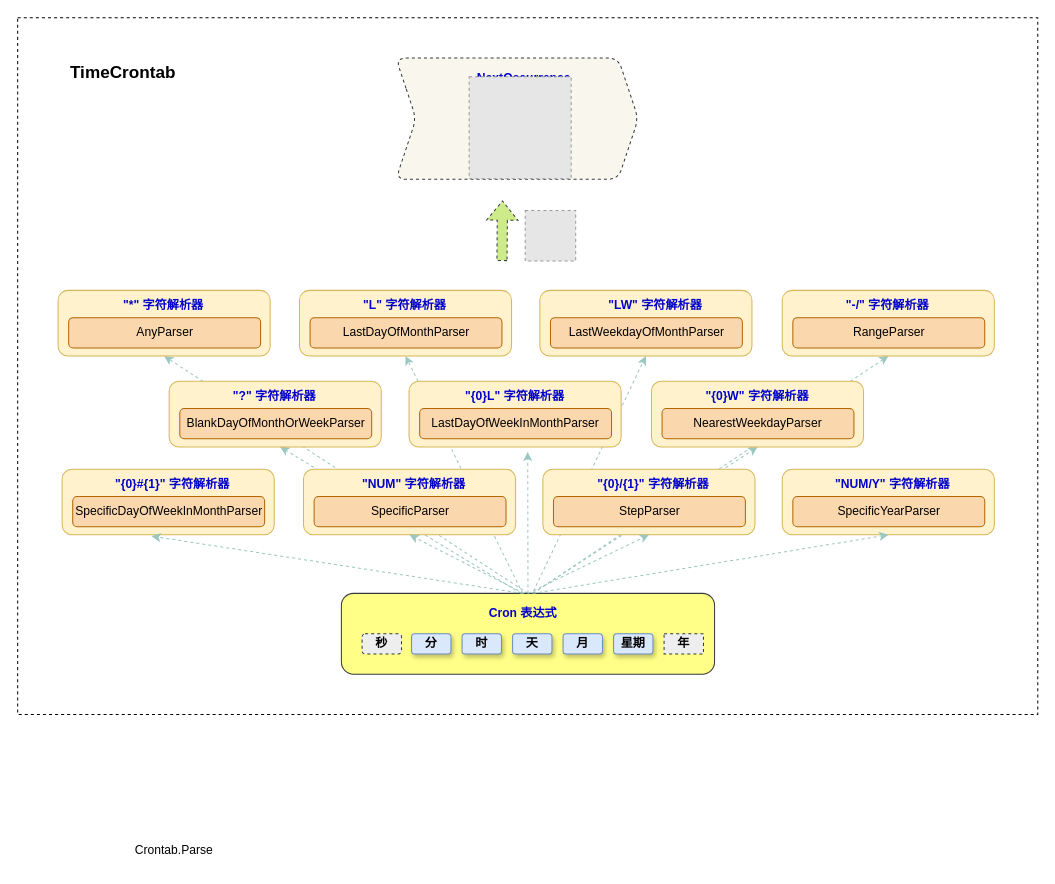
Above: drawio/TimeCrontab.drawio in MonkSoul/TimeCrontab (draw.io), before the change. Source tidied: cells renumbered, new cells numbered last; positions are measured from the earlier drawing's top-left corner, leaving out a move shared by most shapes. Both pictures are drawn from the tidied source at 101%, with x=0, y=0 at pixel (17, 17). Pictures stored in the file or linked from it are replaced by grey dashed boxes.
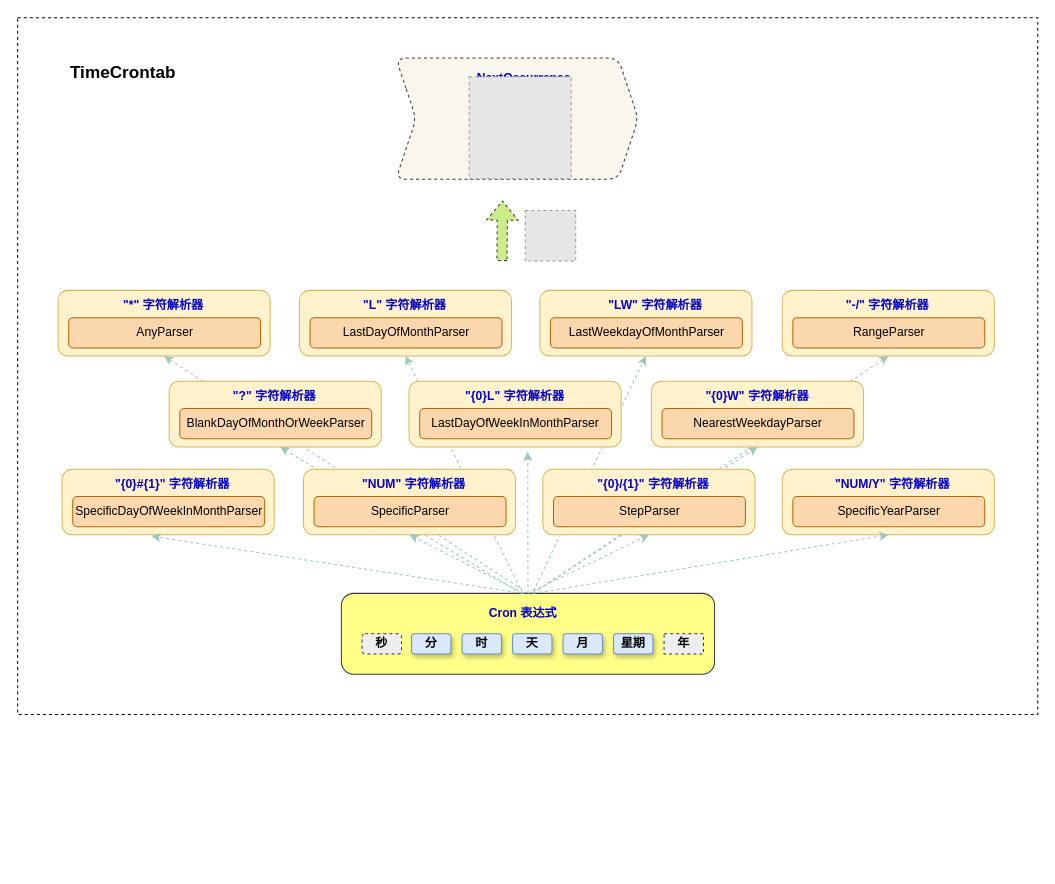
Above is the later version.

Change to the diagram source:
```diff
@@
-    <mxCell id="18" value="Crontab.Parse" style="text;html=1;strokeColor=none;fillColor=none;align=center;verticalAlign=middle;whiteSpace=wrap;rounded=0;" parent="1" vertex="1">
-      <mxGeometry x="125.2" y="810" width="60" height="30" as="geometry" />
-    </mxCell>
```
